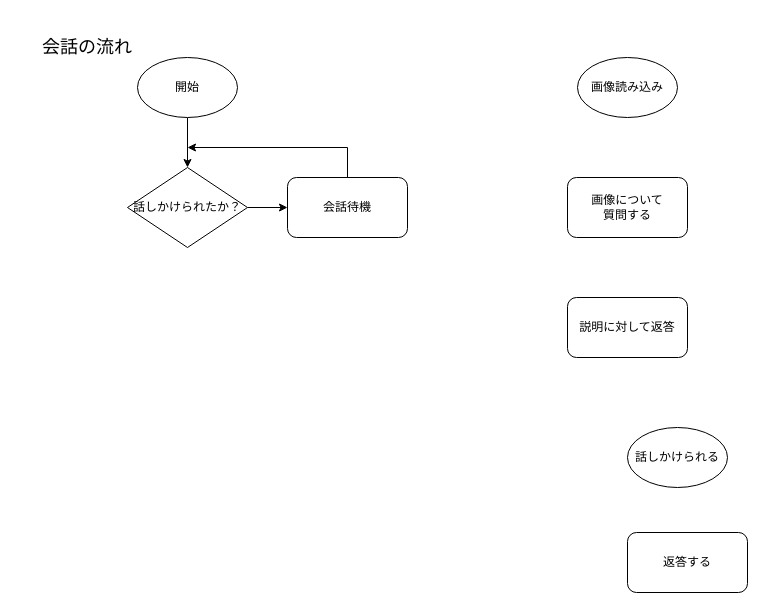
Above: documents/アプリ仕様.drawio in Theme-Research-org/kadai_kenkyu- (draw.io), before the change. Source tidied: cells renumbered, new cells numbered last; positions are measured from the earlier drawing's top-left corner, leaving out a move shared by most shapes. Both pictures are drawn from the tidied source at 100%, with x=0, y=0 at pixel (17, 17).
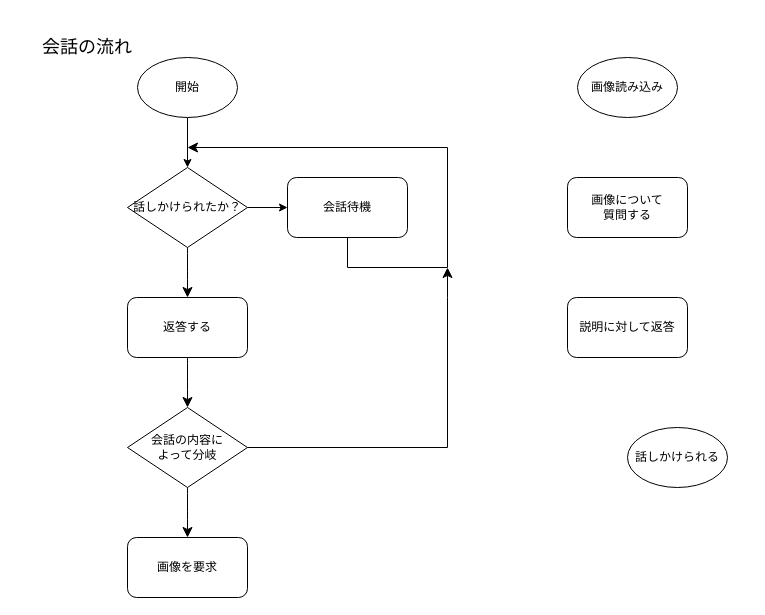
After the change.

Commit message:
アプリ仕様.drawio を更新します

The change refers to these unchanged cells:
```xml
<mxCell id="10" value="会話待機" style="rounded=1;whiteSpace=wrap;html=1;" parent="1" vertex="1">
  <mxGeometry x="270" y="160" width="120" height="60" as="geometry" />
</mxCell>
<mxCell id="12" value="話しかけられたか？" style="rhombus;whiteSpace=wrap;html=1;" parent="1" vertex="1">
  <mxGeometry x="110" y="150" width="120" height="80" as="geometry" />
</mxCell>
```

Change to the diagram source:
```diff
@@
+    <mxCell id="14" style="edgeStyle=none;curved=1;rounded=0;jettySize=auto;html=1;fontSize=12;startSize=8;endSize=8;" parent="1" edge="1" source="4" target="18">
+      <mxGeometry relative="1" as="geometry" />
+    </mxCell>
     <mxCell id="4" value="返答する" style="rounded=1;whiteSpace=wrap;html=1;" parent="1" vertex="1">
-      <mxGeometry x="610" y="515" width="120" height="60" as="geometry" />
+      <mxGeometry x="110" y="280" width="120" height="60" as="geometry" />
     </mxCell>
@@
+    <mxCell id="15" style="edgeStyle=none;curved=1;rounded=0;jettySize=auto;html=1;fontSize=12;startSize=8;endSize=8;" parent="1" edge="1" source="12" target="4">
+      <mxGeometry relative="1" as="geometry" />
+    </mxCell>
@@
-    <mxCell id="13" style="edgeStyle=orthogonalEdgeStyle;rounded=0;jettySize=auto;html=1;exitX=0.5;exitY=0;exitDx=0;exitDy=0;" parent="1" edge="1" source="10">
-      <mxGeometry relative="1" as="geometry">
-        <mxPoint x="170" y="130" as="targetPoint" />
-        <Array as="points">
-          <mxPoint x="330" y="130" />
-        </Array>
-      </mxGeometry>
-    </mxCell>
+    <mxCell id="16" style="edgeStyle=segmentEdgeStyle;endArrow=classic;html=1;curved=0;rounded=0;endSize=8;startSize=8;sourcePerimeterSpacing=0;targetPerimeterSpacing=0;fontSize=12;exitX=0.5;exitY=1;exitDx=0;exitDy=0;" parent="1" edge="1" source="10">
+      <mxGeometry relative="1" as="geometry">
+        <mxPoint x="170" y="130" as="targetPoint" />
+        <Array as="points">
+          <mxPoint x="330" y="250" />
+          <mxPoint x="430" y="250" />
+          <mxPoint x="430" y="130" />
+        </Array>
+      </mxGeometry>
+    </mxCell>
+    <mxCell id="17" style="edgeStyle=none;curved=1;rounded=0;jettySize=auto;html=1;fontSize=12;startSize=8;endSize=8;" parent="1" edge="1" source="18" target="20">
+      <mxGeometry relative="1" as="geometry" />
+    </mxCell>
+    <mxCell id="18" value="会話の内容に&lt;div&gt;よって分岐&lt;/div&gt;" style="rhombus;whiteSpace=wrap;html=1;" parent="1" vertex="1">
+      <mxGeometry x="110" y="390" width="120" height="80" as="geometry" />
+    </mxCell>
+    <mxCell id="19" style="edgeStyle=segmentEdgeStyle;endArrow=classic;html=1;curved=0;rounded=0;endSize=8;startSize=8;sourcePerimeterSpacing=0;targetPerimeterSpacing=0;fontSize=12;exitX=1;exitY=0.5;exitDx=0;exitDy=0;" parent="1" edge="1" source="18">
+      <mxGeometry relative="1" as="geometry">
+        <mxPoint x="430" y="250" as="targetPoint" />
+        <Array as="points">
+          <mxPoint x="430" y="430" />
+          <mxPoint x="430" y="280" />
+        </Array>
+      </mxGeometry>
+    </mxCell>
+    <mxCell id="20" value="画像を要求" style="rounded=1;whiteSpace=wrap;html=1;" parent="1" vertex="1">
+      <mxGeometry x="110" y="520" width="120" height="60" as="geometry" />
+    </mxCell>
```
